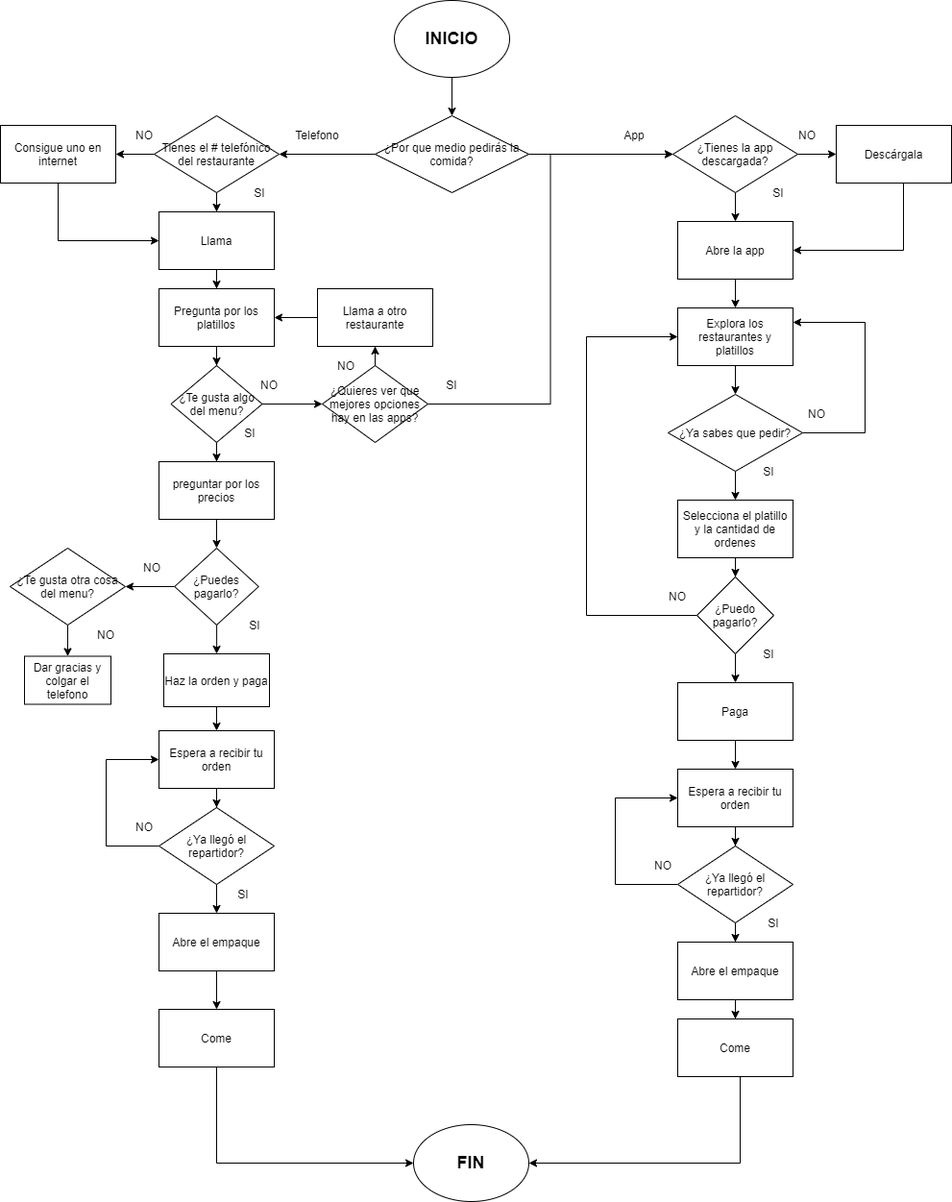
Daniel-Ortiz1210/Diagramas-de-flujo-y-algoritmos keeps this draw.io diagram as Pedir comida a domicilio.png. Above is the earlier version. Source tidied: cells renumbered, new cells last; positions are measured from the earlier drawing's top-left corner, leaving out a move shared by most shapes.
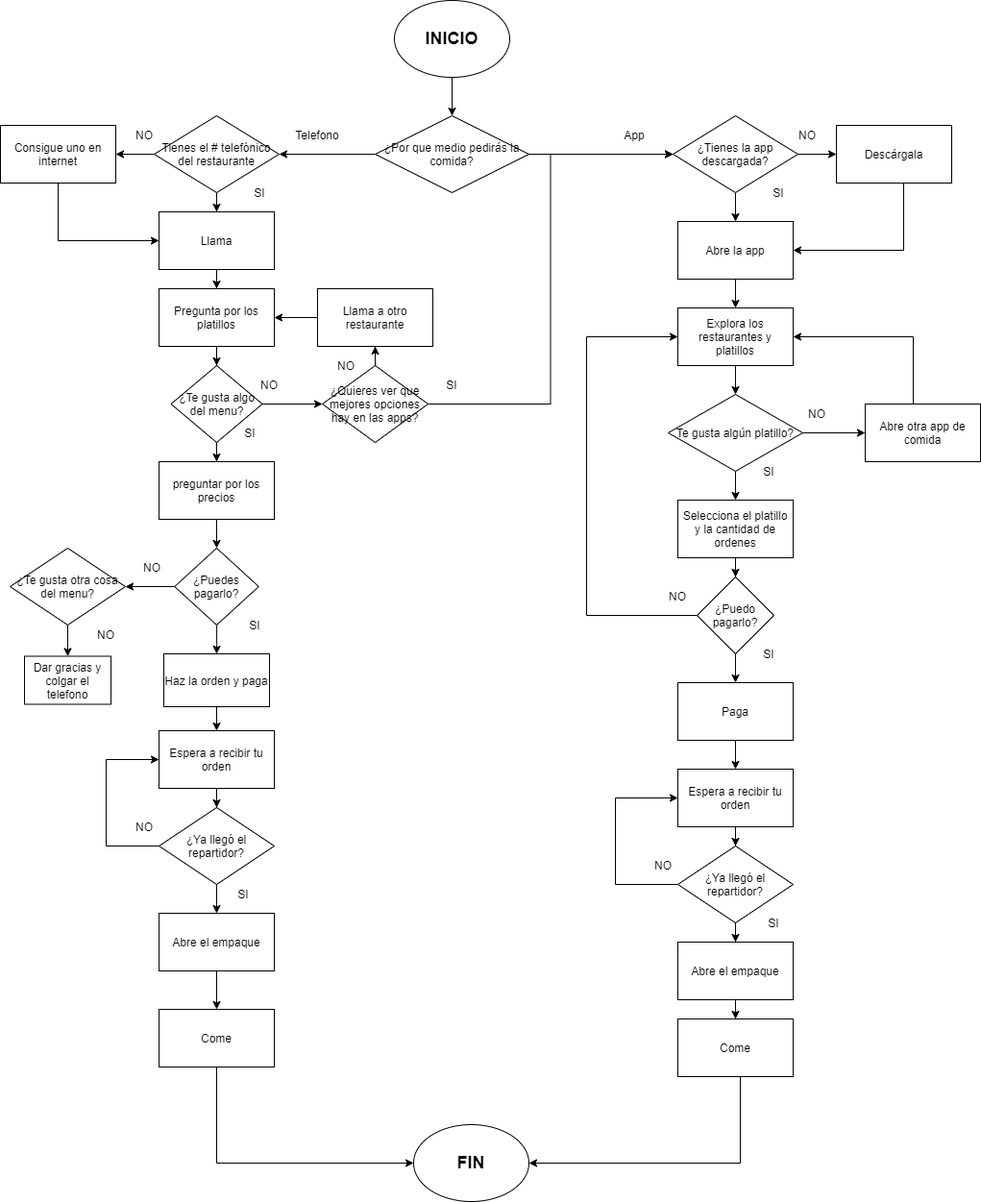
Above is the later version.

Commit message:
Diagrama de flujo para pedir comida a domicilio

Change to the diagram source:
```diff
@@ -63,18 +63,13 @@
     <mxCell id="20" value="Explora los restaurantes y platillos" style="rounded=0;whiteSpace=wrap;html=1;verticalAlign=middle;" parent="1" vertex="1">
       <mxGeometry x="705" y="320" width="120" height="60" as="geometry" />
     </mxCell>
-    <mxCell id="21" style="edgeStyle=orthogonalEdgeStyle;rounded=0;jettySize=auto;html=1;entryX=1;entryY=0.25;entryDx=0;entryDy=0;" parent="1" edge="1" source="23" target="20">
-      <mxGeometry relative="1" as="geometry">
-        <Array as="points">
-          <mxPoint x="900" y="450" />
-          <mxPoint x="900" y="335" />
-        </Array>
-      </mxGeometry>
-    </mxCell>
     <mxCell id="22" style="edgeStyle=orthogonalEdgeStyle;rounded=0;jettySize=auto;html=1;entryX=0.5;entryY=0;entryDx=0;entryDy=0;" parent="1" edge="1" source="23" target="26">
       <mxGeometry relative="1" as="geometry" />
     </mxCell>
+    <mxCell id="93" style="edgeStyle=orthogonalEdgeStyle;rounded=0;jettySize=auto;html=1;entryX=0;entryY=0.5;entryDx=0;entryDy=0;" parent="1" edge="1" source="23" target="95">
+      <mxGeometry relative="1" as="geometry" />
+    </mxCell>
-    <mxCell id="23" value="¿Ya sabes que pedir?" style="rhombus;whiteSpace=wrap;html=1;verticalAlign=middle;" parent="1" vertex="1">
+    <mxCell id="23" value="Te gusta algún platillo?" style="rhombus;whiteSpace=wrap;html=1;verticalAlign=middle;" parent="1" vertex="1">
       <mxGeometry x="695" y="410" width="140" height="80" as="geometry" />
     </mxCell>
     <mxCell id="24" value="NO" style="text;html=1;strokeColor=none;fillColor=none;align=center;verticalAlign=middle;whiteSpace=wrap;rounded=0;" parent="1" vertex="1">
@@ -315,5 +310,15 @@
     <mxCell id="92" value="SI" style="text;html=1;strokeColor=none;fillColor=none;align=center;verticalAlign=middle;whiteSpace=wrap;rounded=0;" parent="1" vertex="1">
       <mxGeometry x="780" y="480" width="40" height="20" as="geometry" />
     </mxCell>
+    <mxCell id="94" style="edgeStyle=orthogonalEdgeStyle;rounded=0;jettySize=auto;html=1;entryX=1;entryY=0.5;entryDx=0;entryDy=0;" parent="1" edge="1" source="95" target="20">
+      <mxGeometry relative="1" as="geometry">
+        <Array as="points">
+          <mxPoint x="950" y="350" />
+        </Array>
+      </mxGeometry>
+    </mxCell>
+    <mxCell id="95" value="Abre otra app de comida" style="rounded=0;whiteSpace=wrap;html=1;verticalAlign=middle;" parent="1" vertex="1">
+      <mxGeometry x="900" y="420" width="120" height="60" as="geometry" />
+    </mxCell>
   </root>
 </mxGraphModel>
```
